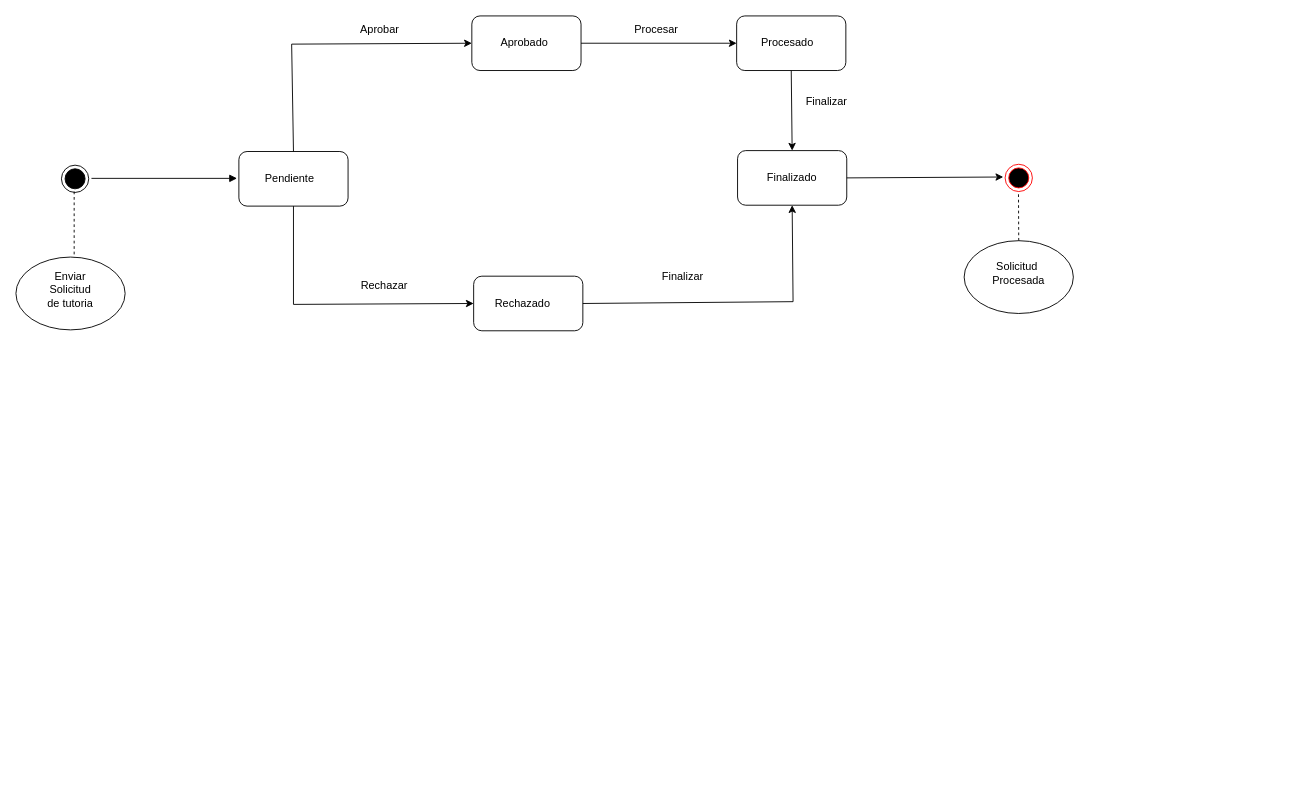
Above: DIAGRAMA DE ESTADO!.drawio in LP3kmikristian/TP_ARCE_DOREGO (draw.io), before the change. Source tidied: cells renumbered, new cells numbered last; positions are measured from the earlier drawing's top-left corner, leaving out a move shared by most shapes. Both pictures are drawn from the tidied source at 91%, with x=0, y=0 at pixel (15, 15).
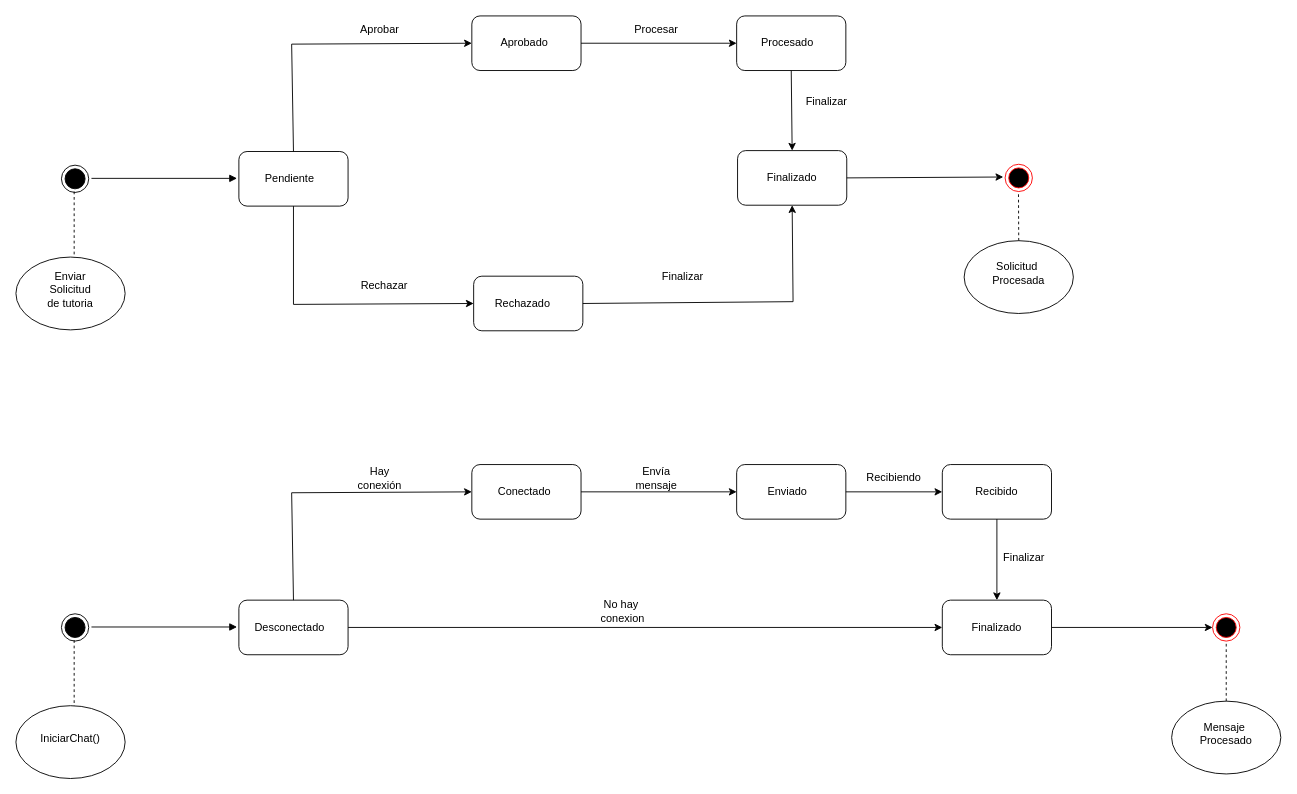
The same page after the edit.

The edit, as a diff of the source:
```diff
@@
+    <mxCell id="32" style="edgeStyle=orthogonalEdgeStyle;rounded=0;jettySize=auto;html=1;exitX=1;exitY=0.5;exitDx=0;exitDy=0;" parent="1" edge="1" source="33" target="56">
+      <mxGeometry relative="1" as="geometry" />
+    </mxCell>
+    <mxCell id="33" style="rounded=1;whiteSpace=wrap;html=1;" parent="1" vertex="1">
+      <mxGeometry x="245" y="642" width="120" height="60" as="geometry" />
+    </mxCell>
+    <mxCell id="34" style="endArrow=none;dashed=1;html=1;rounded=0;" parent="1" edge="1">
+      <mxGeometry relative="1" as="geometry">
+        <mxPoint x="64" y="761" as="sourcePoint" />
+        <mxPoint x="64" y="683" as="targetPoint" />
+      </mxGeometry>
+    </mxCell>
+    <mxCell id="35" style="ellipse;whiteSpace=wrap;html=1;" parent="1" vertex="1">
+      <mxGeometry y="758" width="120" height="80" as="geometry" />
+    </mxCell>
+    <mxCell id="36" value="IniciarChat()" style="text;html=1;strokeColor=none;fillColor=none;align=center;verticalAlign=middle;whiteSpace=wrap;rounded=0;" parent="1" vertex="1">
+      <mxGeometry x="30" y="779" width="60" height="30" as="geometry" />
+    </mxCell>
+    <mxCell id="37" style="ellipse;html=1;shape=endState;fillColor=#000000;strokeColor=#000000;" parent="1" vertex="1">
+      <mxGeometry x="50" y="657" width="30" height="30" as="geometry" />
+    </mxCell>
+    <mxCell id="38" style="endArrow=block;endFill=1;html=1;edgeStyle=orthogonalEdgeStyle;align=left;verticalAlign=top;rounded=0;" parent="1" edge="1">
+      <mxGeometry x="-1" relative="1" as="geometry">
+        <mxPoint x="83" y="671.5" as="sourcePoint" />
+        <mxPoint x="243" y="671.5" as="targetPoint" />
+      </mxGeometry>
+    </mxCell>
+    <mxCell id="39" value="Desconectado" style="text;html=1;strokeColor=none;fillColor=none;align=center;verticalAlign=middle;whiteSpace=wrap;rounded=0;" parent="1" vertex="1">
+      <mxGeometry x="271" y="657" width="60" height="30" as="geometry" />
+    </mxCell>
+    <mxCell id="40" style="rounded=1;whiteSpace=wrap;html=1;" parent="1" vertex="1">
+      <mxGeometry x="501" y="493" width="120" height="60" as="geometry" />
+    </mxCell>
+    <mxCell id="41" style="endArrow=classic;html=1;rounded=0;exitX=0.5;exitY=0;exitDx=0;exitDy=0;entryX=0;entryY=0.5;entryDx=0;entryDy=0;" parent="1" edge="1" source="33" target="40">
+      <mxGeometry relative="1" as="geometry">
+        <Array as="points">
+          <mxPoint x="303" y="524" />
+        </Array>
+      </mxGeometry>
+    </mxCell>
+    <mxCell id="42" value="Hay conexión" style="text;html=1;strokeColor=none;fillColor=none;align=center;verticalAlign=middle;whiteSpace=wrap;rounded=0;" parent="1" vertex="1">
+      <mxGeometry x="370" y="493" width="60" height="30" as="geometry" />
+    </mxCell>
+    <mxCell id="43" value="No hay&amp;nbsp;&lt;br&gt;conexion" style="text;html=1;strokeColor=none;fillColor=none;align=center;verticalAlign=middle;whiteSpace=wrap;rounded=0;" parent="1" vertex="1">
+      <mxGeometry x="637" y="639" width="60" height="30" as="geometry" />
+    </mxCell>
+    <mxCell id="44" value="Conectado" style="text;html=1;strokeColor=none;fillColor=none;align=center;verticalAlign=middle;whiteSpace=wrap;rounded=0;" parent="1" vertex="1">
+      <mxGeometry x="529" y="508" width="60" height="30" as="geometry" />
+    </mxCell>
+    <mxCell id="45" style="rounded=1;whiteSpace=wrap;html=1;" parent="1" vertex="1">
+      <mxGeometry x="792" y="493" width="120" height="60" as="geometry" />
+    </mxCell>
+    <mxCell id="46" style="endArrow=classic;html=1;rounded=0;exitX=1;exitY=0.5;exitDx=0;exitDy=0;entryX=0;entryY=0.5;entryDx=0;entryDy=0;" parent="1" edge="1" source="40" target="45">
+      <mxGeometry relative="1" as="geometry" />
+    </mxCell>
+    <mxCell id="47" value="Enviado" style="text;html=1;strokeColor=none;fillColor=none;align=center;verticalAlign=middle;whiteSpace=wrap;rounded=0;" parent="1" vertex="1">
+      <mxGeometry x="818" y="508" width="60" height="30" as="geometry" />
+    </mxCell>
+    <mxCell id="48" style="rounded=1;whiteSpace=wrap;html=1;" parent="1" vertex="1">
+      <mxGeometry x="1018" y="493" width="120" height="60" as="geometry" />
+    </mxCell>
+    <mxCell id="49" style="endArrow=classic;html=1;rounded=0;exitX=1;exitY=0.5;exitDx=0;exitDy=0;entryX=0;entryY=0.5;entryDx=0;entryDy=0;" parent="1" edge="1" source="45" target="48">
+      <mxGeometry relative="1" as="geometry" />
+    </mxCell>
+    <mxCell id="50" value="Recibido" style="text;html=1;strokeColor=none;fillColor=none;align=center;verticalAlign=middle;whiteSpace=wrap;rounded=0;" parent="1" vertex="1">
+      <mxGeometry x="1048" y="508" width="60" height="30" as="geometry" />
+    </mxCell>
+    <mxCell id="51" value="Recibiendo" style="text;html=1;strokeColor=none;fillColor=none;align=center;verticalAlign=middle;whiteSpace=wrap;rounded=0;" parent="1" vertex="1">
+      <mxGeometry x="935" y="493" width="60" height="30" as="geometry" />
+    </mxCell>
+    <mxCell id="52" value="Envía mensaje" style="text;html=1;strokeColor=none;fillColor=none;align=center;verticalAlign=middle;whiteSpace=wrap;rounded=0;" parent="1" vertex="1">
+      <mxGeometry x="674" y="493" width="60" height="30" as="geometry" />
+    </mxCell>
+    <mxCell id="53" value="Finalizar" style="text;html=1;strokeColor=none;fillColor=none;align=center;verticalAlign=middle;whiteSpace=wrap;rounded=0;" parent="1" vertex="1">
+      <mxGeometry x="1078" y="580" width="60" height="30" as="geometry" />
+    </mxCell>
+    <mxCell id="54" style="endArrow=classic;html=1;rounded=0;exitX=0.5;exitY=1;exitDx=0;exitDy=0;entryX=0.5;entryY=0;entryDx=0;entryDy=0;" parent="1" edge="1" source="48" target="56">
+      <mxGeometry relative="1" as="geometry" />
+    </mxCell>
+    <mxCell id="55" style="edgeStyle=orthogonalEdgeStyle;rounded=0;jettySize=auto;html=1;exitX=1;exitY=0.5;exitDx=0;exitDy=0;entryX=0;entryY=0.5;entryDx=0;entryDy=0;" parent="1" edge="1" source="56" target="59">
+      <mxGeometry relative="1" as="geometry" />
+    </mxCell>
+    <mxCell id="56" style="rounded=1;whiteSpace=wrap;html=1;" parent="1" vertex="1">
+      <mxGeometry x="1018" y="642" width="120" height="60" as="geometry" />
+    </mxCell>
+    <mxCell id="57" value="Finalizado" style="text;html=1;strokeColor=none;fillColor=none;align=center;verticalAlign=middle;whiteSpace=wrap;rounded=0;" parent="1" vertex="1">
+      <mxGeometry x="1048" y="657" width="60" height="30" as="geometry" />
+    </mxCell>
+    <mxCell id="58" style="ellipse;whiteSpace=wrap;html=1;" parent="1" vertex="1">
+      <mxGeometry x="1270" y="753" width="120" height="80" as="geometry" />
+    </mxCell>
+    <mxCell id="59" style="ellipse;html=1;shape=endState;fillColor=#000000;strokeColor=#ff0000;" parent="1" vertex="1">
+      <mxGeometry x="1315" y="657" width="30" height="30" as="geometry" />
+    </mxCell>
+    <mxCell id="60" style="endArrow=none;dashed=1;html=1;rounded=0;entryX=0.5;entryY=1;entryDx=0;entryDy=0;" parent="1" edge="1" target="59">
+      <mxGeometry relative="1" as="geometry">
+        <mxPoint x="1330" y="753" as="sourcePoint" />
+      </mxGeometry>
+    </mxCell>
+    <mxCell id="61" value="Mensaje&amp;nbsp;&lt;br&gt;Procesado" style="text;html=1;strokeColor=none;fillColor=none;align=center;verticalAlign=middle;whiteSpace=wrap;rounded=0;" parent="1" vertex="1">
+      <mxGeometry x="1300" y="774" width="60" height="30" as="geometry" />
+    </mxCell>
```
